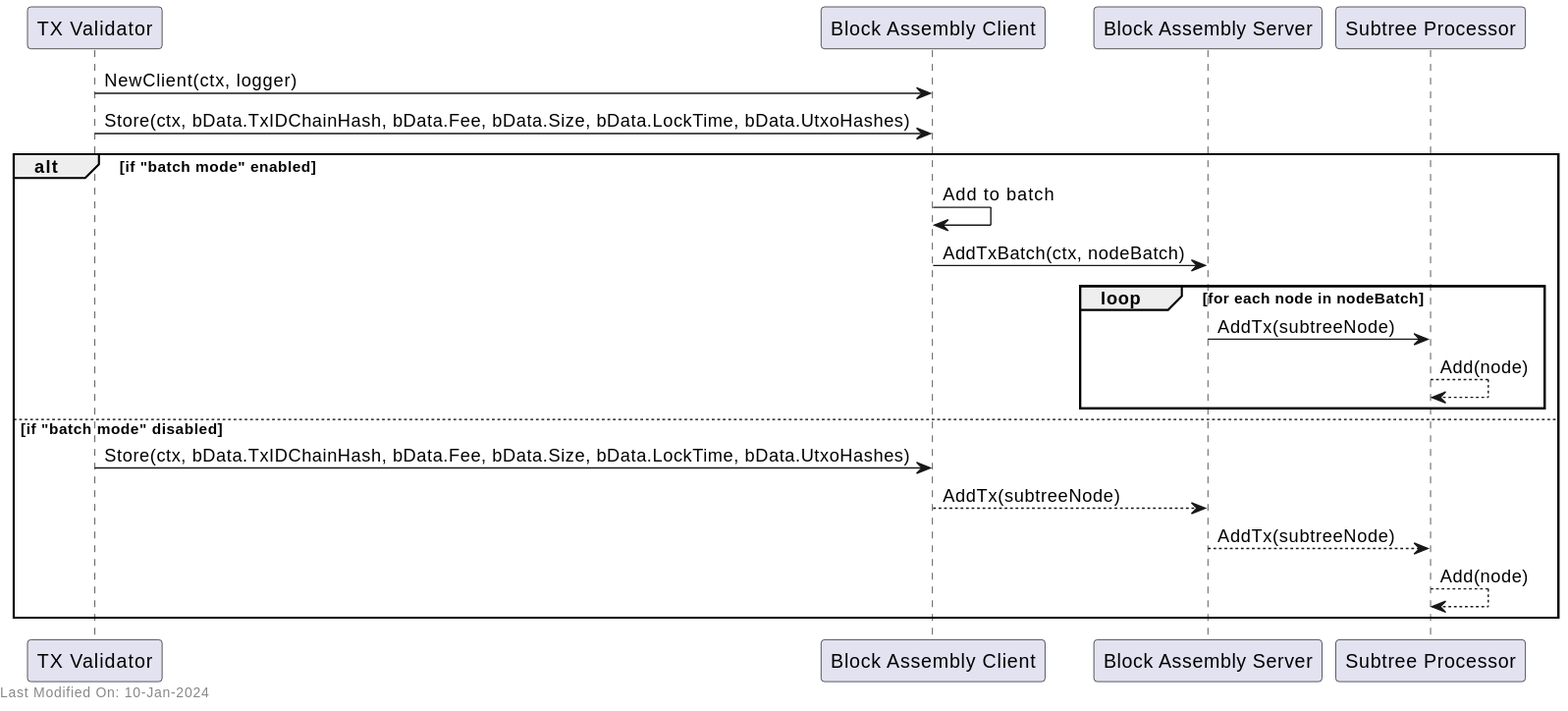
Above: docs/services/img/plantuml/blockassembly/block_assembly_add_tx.svg in freemans13/teranode (PlantUML), before the change. Its source is kept beside it as docs/services/img/plantuml/blockassembly/block_assembly_add_tx.puml.
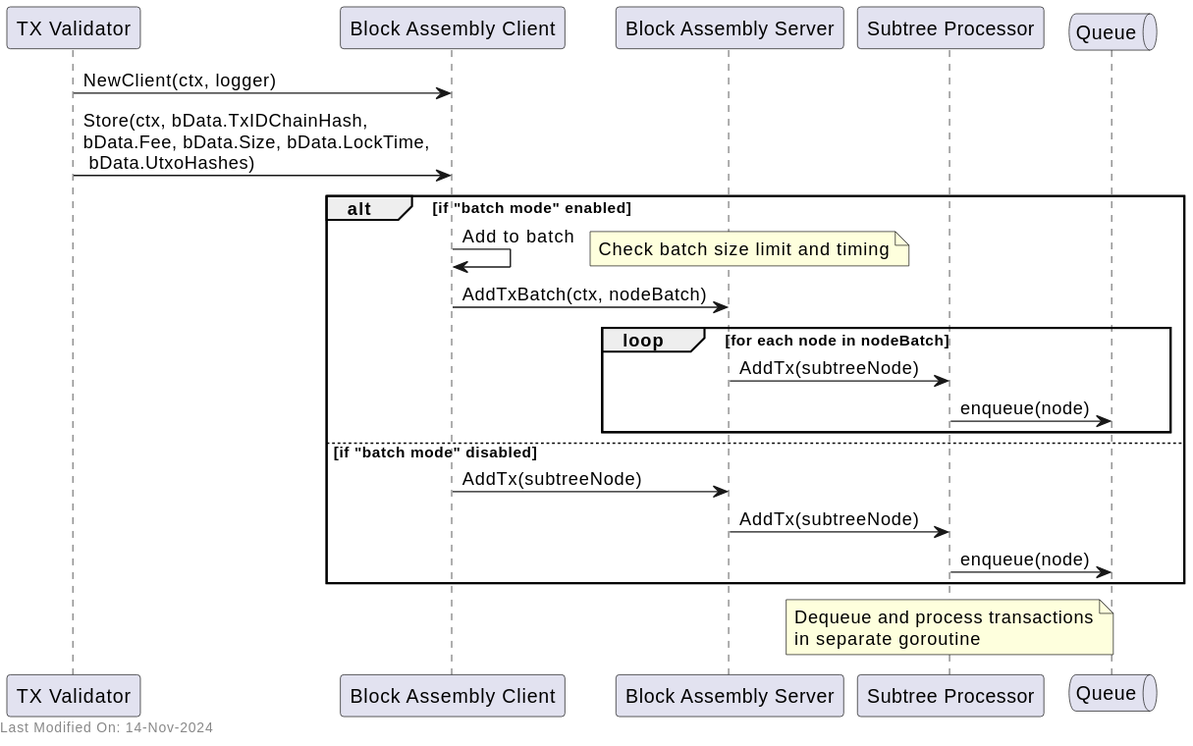
After the commit.

Commit message:
Documentation - restructure Block Assembly documentation for better separation of design and reference documents #1399

Diff of the diagram source:
```diff
@@ -3,24 +3,30 @@
 participant "Block Assembly Client" as BA
 participant "Block Assembly Server" as Server
 participant "Subtree Processor" as SubtreeProcessor
+queue "Queue" as Queue
 
 TXValidator -> BA : NewClient(ctx, logger)
 
-TXValidator -> BA : Store(ctx, bData.TxIDChainHash, bData.Fee, bData.Size, bData.LockTime, bData.UtxoHashes)
+TXValidator -> BA : Store(ctx, bData.TxIDChainHash, \nbData.Fee, bData.Size, bData.LockTime,\n bData.UtxoHashes)
 
 alt if "batch mode" enabled
     BA -> BA : Add to batch
+    note right: Check batch size limit and timing
     BA -> Server : AddTxBatch(ctx, nodeBatch)
     loop for each node in nodeBatch
         Server -> SubtreeProcessor : AddTx(subtreeNode)
-        SubtreeProcessor --> SubtreeProcessor : Add(node)
+        SubtreeProcessor -> Queue : enqueue(node)
     end
 else if "batch mode" disabled
-    TXValidator -> BA : Store(ctx, bData.TxIDChainHash, bData.Fee, bData.Size, bData.LockTime, bData.UtxoHashes)
-    BA --> Server : AddTx(subtreeNode)
-    Server --> SubtreeProcessor : AddTx(subtreeNode)
-    SubtreeProcessor --> SubtreeProcessor : Add(node)
+    BA -> Server : AddTx(subtreeNode)
+    Server -> SubtreeProcessor : AddTx(subtreeNode)
+    SubtreeProcessor -> Queue : enqueue(node)
 end
+
+note over SubtreeProcessor
+    Dequeue and process transactions
+    in separate goroutine
+end note
 
 left footer Last Modified On: %date("dd-MMM-yyyy")
 
```
